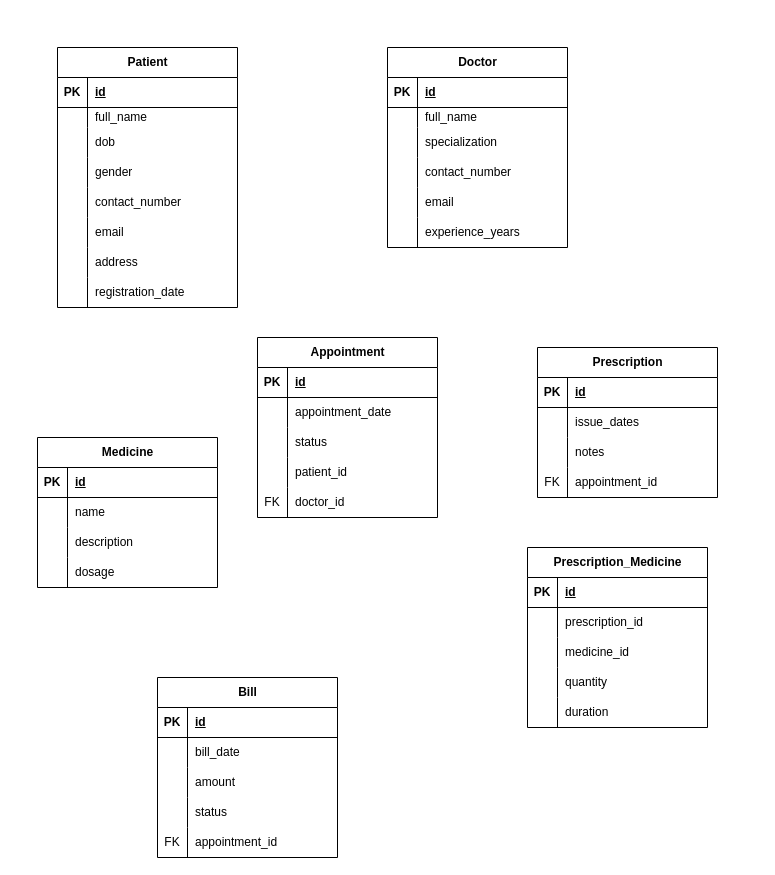
The draw.io diagram Untitled Diagram.drawio in trinshika/Relationship, before the edit. Source tidied: cells renumbered, new cells numbered last; positions are measured from the earlier drawing's top-left corner, leaving out a move shared by most shapes. Both pictures are drawn from the tidied source at 100%, with x=0, y=0 at pixel (37, 47).
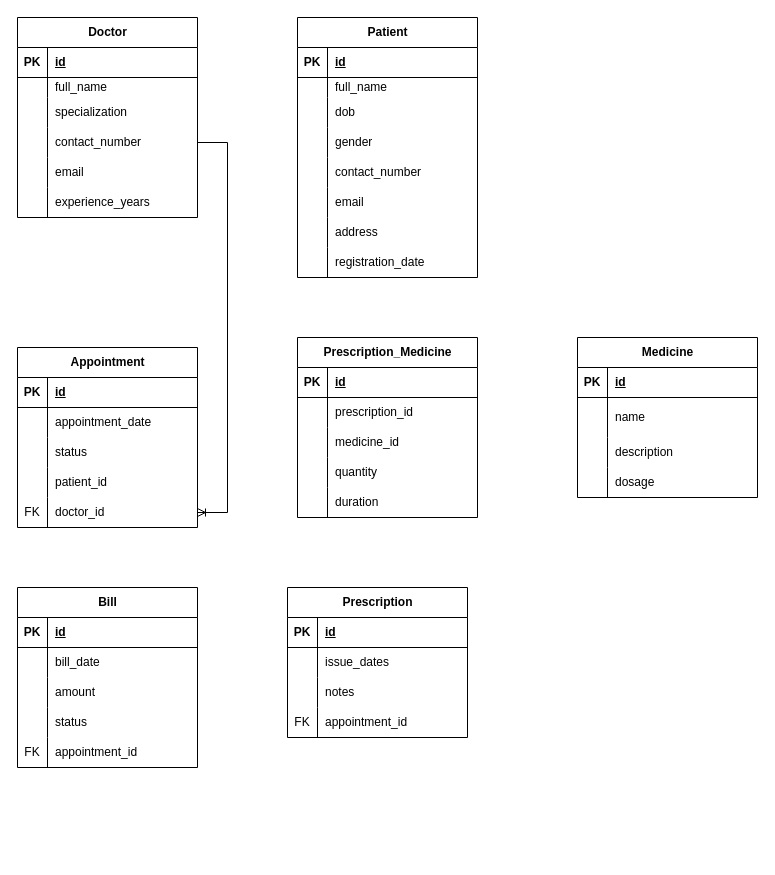
Above is the later version.

Unchanged cells that the change refers to:
```xml
<mxCell id="37" style="shape=tableRow;horizontal=0;startSize=0;swimlaneHead=0;swimlaneBody=0;fillColor=none;points=[[0,0.5],[1,0.5]];portConstraint=eastwest;top=0;left=0;right=0;bottom=0;" parent="27" vertex="1">
  <mxGeometry y="110" width="180" height="30" as="geometry" />
</mxCell>
<mxCell id="59" style="shape=tableRow;horizontal=0;startSize=0;swimlaneHead=0;swimlaneBody=0;fillColor=none;points=[[0,0.5],[1,0.5]];portConstraint=eastwest;top=0;left=0;right=0;bottom=0;" parent="46" vertex="1">
  <mxGeometry y="150" width="180" height="30" as="geometry" />
</mxCell>
```

What changed in the source:
```diff
@@
     <mxCell id="2" value="Patient" style="shape=table;startSize=30;childLayout=tableLayout;rowLines=0;fontStyle=1;align=center;html=1;" parent="1" vertex="1">
-      <mxGeometry x="20" width="180" height="260" as="geometry" />
+      <mxGeometry x="260" y="-30" width="180" height="260" as="geometry" />
     </mxCell>
@@
     <mxCell id="27" value="Doctor" style="shape=table;startSize=30;childLayout=tableLayout;rowLines=0;fontStyle=1;align=center;html=1;" parent="1" vertex="1">
-      <mxGeometry x="350" width="180" height="200" as="geometry" />
+      <mxGeometry x="-20" y="-30" width="180" height="200" as="geometry" />
     </mxCell>
@@
     <mxCell id="46" value="Appointment" style="shape=table;startSize=30;childLayout=tableLayout;rowLines=0;fontStyle=1;align=center;html=1;" parent="1" vertex="1">
-      <mxGeometry x="220" y="290" width="180" height="180" as="geometry" />
+      <mxGeometry x="-20" y="300" width="180" height="180" as="geometry" />
     </mxCell>
@@
     <mxCell id="62" value="Prescription" style="shape=table;startSize=30;childLayout=tableLayout;rowLines=0;fontStyle=1;align=center;html=1;" parent="1" vertex="1">
-      <mxGeometry x="500" y="300" width="180" height="150" as="geometry" />
+      <mxGeometry x="250" y="540" width="180" height="150" as="geometry" />
     </mxCell>
@@
     <mxCell id="75" value="Medicine" style="shape=table;startSize=30;childLayout=tableLayout;rowLines=0;fontStyle=1;align=center;html=1;" parent="1" vertex="1">
-      <mxGeometry y="390" width="180" height="150" as="geometry" />
+      <mxGeometry x="540" y="290" width="180" height="160" as="geometry" />
     </mxCell>
@@
     <mxCell id="79" style="shape=tableRow;horizontal=0;startSize=0;swimlaneHead=0;swimlaneBody=0;fillColor=none;top=0;left=0;right=0;bottom=0;" parent="75" vertex="1">
-      <mxGeometry y="60" width="180" height="30" as="geometry" />
+      <mxGeometry y="60" width="180" height="40" as="geometry" />
     </mxCell>
     <mxCell id="80" style="shape=partialRectangle;fillColor=none;top=0;left=0;bottom=0;right=0;overflow=hidden;whiteSpace=wrap;html=1;" parent="79" vertex="1">
-      <mxGeometry width="30" height="30" as="geometry" />
+      <mxGeometry width="30" height="40" as="geometry" />
     </mxCell>
     <mxCell id="81" value="name" style="shape=partialRectangle;fillColor=none;top=0;left=0;bottom=0;right=0;align=left;spacingLeft=6;overflow=hidden;whiteSpace=wrap;html=1;" parent="79" vertex="1">
-      <mxGeometry x="30" width="150" height="30" as="geometry" />
+      <mxGeometry x="30" width="150" height="40" as="geometry" />
     </mxCell>
     <mxCell id="82" style="shape=tableRow;horizontal=0;startSize=0;swimlaneHead=0;swimlaneBody=0;fillColor=none;top=0;left=0;right=0;bottom=0;" parent="75" vertex="1">
-      <mxGeometry y="90" width="180" height="30" as="geometry" />
+      <mxGeometry y="100" width="180" height="30" as="geometry" />
     </mxCell>
@@
     <mxCell id="85" style="shape=tableRow;horizontal=0;startSize=0;swimlaneHead=0;swimlaneBody=0;fillColor=none;top=0;left=0;right=0;bottom=0;" parent="75" vertex="1">
-      <mxGeometry y="120" width="180" height="30" as="geometry" />
+      <mxGeometry y="130" width="180" height="30" as="geometry" />
     </mxCell>
@@
     <mxCell id="88" value="Prescription_Medicine" style="shape=table;startSize=30;childLayout=tableLayout;rowLines=0;fontStyle=1;align=center;html=1;" parent="1" vertex="1">
-      <mxGeometry x="490" y="500" width="180" height="180" as="geometry" />
+      <mxGeometry x="260" y="290" width="180" height="180" as="geometry" />
     </mxCell>
@@
     <mxCell id="104" value="Bill" style="shape=table;startSize=30;childLayout=tableLayout;rowLines=0;fontStyle=1;align=center;html=1;" parent="1" vertex="1">
-      <mxGeometry x="120" y="630" width="180" height="180" as="geometry" />
+      <mxGeometry x="-20" y="540" width="180" height="180" as="geometry" />
     </mxCell>
@@
+    <mxCell id="120" style="edgeStyle=entityRelationEdgeStyle;fontSize=12;html=1;endArrow=ERoneToMany;rounded=0;exitX=1;exitY=0.5;exitDx=0;exitDy=0;" parent="1" edge="1" source="37" target="59">
+      <mxGeometry relative="1" as="geometry">
+        <Array as="points">
+          <mxPoint x="310" y="280" />
+        </Array>
+      </mxGeometry>
+    </mxCell>
```
